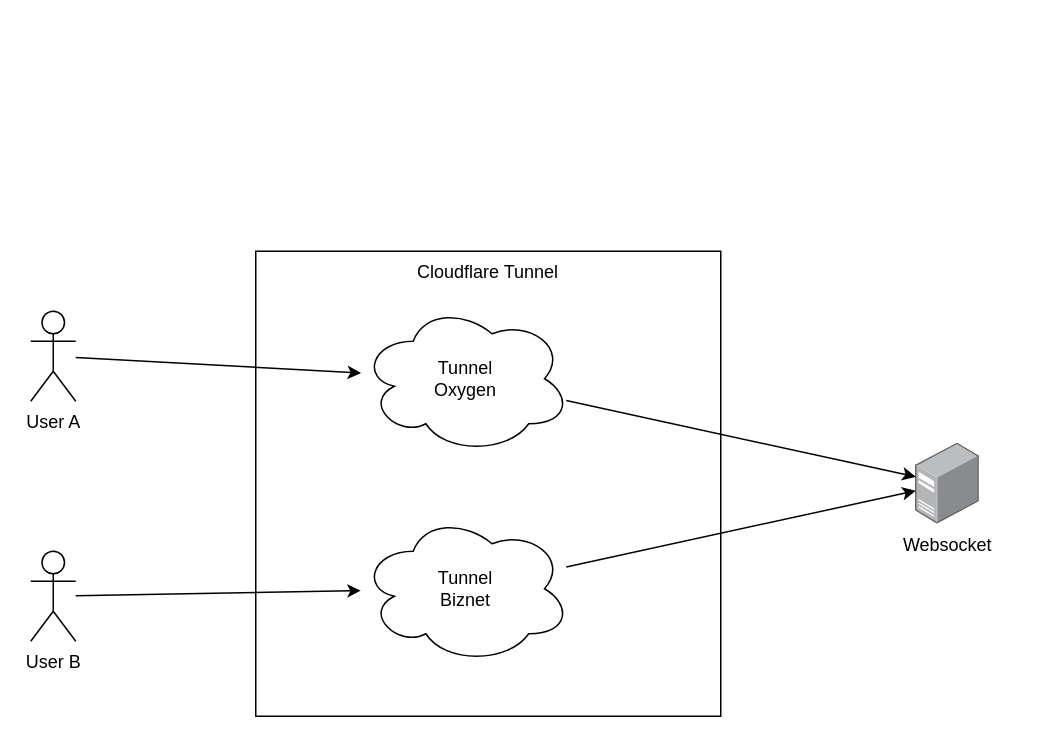
WaxArsatia/Random keeps this draw.io diagram as page "Ingress Traffic" (1 of 2) of drawio/Websocket.drawio. Above is the earlier version. Source tidied: cells renumbered, new cells numbered last; positions are measured from the earlier drawing's top-left corner, leaving out a move shared by most shapes. Both pictures are drawn from the tidied source at 150%, with x=0, y=0 at pixel (30, 250).
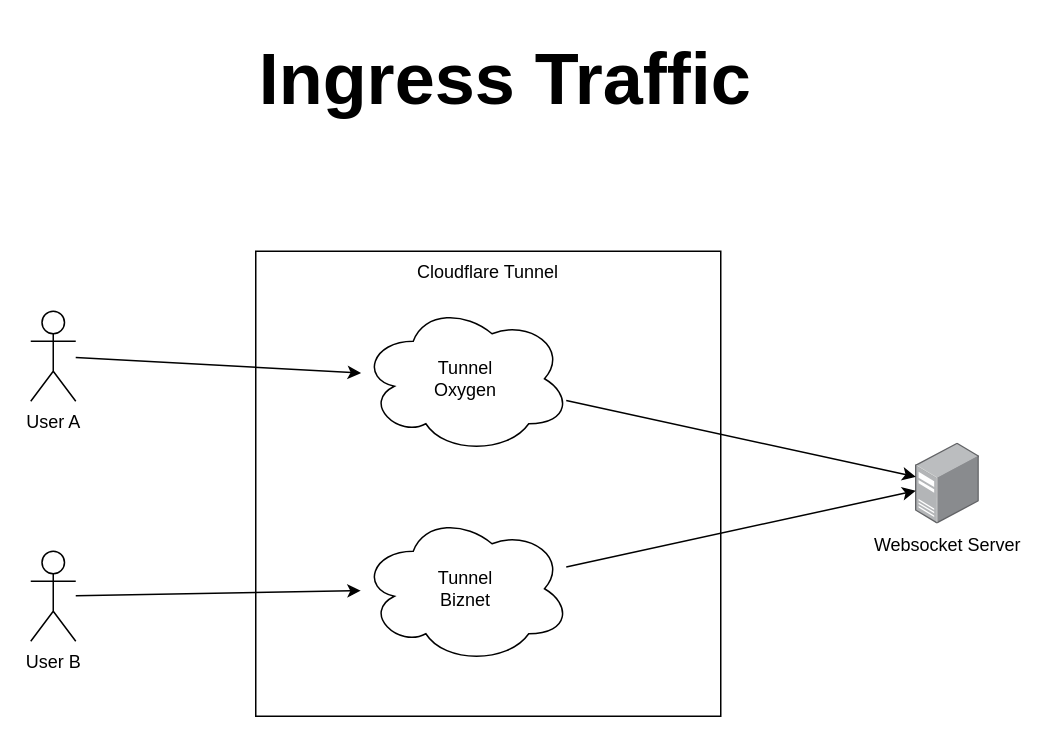
After the change.

Change to the diagram source:
```diff
@@
 <mxGraphModel>
   <root>
     <mxCell id="0" />
     <mxCell id="1" parent="0" />
     <mxCell id="2" value="User A" style="shape=umlActor;verticalLabelPosition=bottom;verticalAlign=top;html=1;outlineConnect=0;" parent="1" vertex="1">
       <mxGeometry y="40" width="30" height="60" as="geometry" />
     </mxCell>
     <mxCell id="3" value="User B" style="shape=umlActor;verticalLabelPosition=bottom;verticalAlign=top;html=1;outlineConnect=0;" parent="1" vertex="1">
       <mxGeometry y="200" width="30" height="60" as="geometry" />
     </mxCell>
-    <mxCell id="4" value="Websocket" style="image;points=[];html=1;align=center;shadow=0;dashed=0;image=img/lib/allied_telesis/computer_and_terminals/Server_Desktop.svg;" parent="1" vertex="1">
+    <mxCell id="4" value="Websocket Server" style="image;points=[];html=1;align=center;shadow=0;dashed=0;image=img/lib/allied_telesis/computer_and_terminals/Server_Desktop.svg;" parent="1" vertex="1">
       <mxGeometry x="590" y="128" width="42.6" height="54" as="geometry" />
     </mxCell>
     <mxCell id="5" style="group;" parent="1" vertex="1">
       <mxGeometry x="150" width="310" height="310" as="geometry" />
     </mxCell>
     <mxCell id="6" value="Cloudflare Tunnel" style="rounded=0;whiteSpace=wrap;html=1;verticalAlign=top;" parent="5" vertex="1">
       <mxGeometry width="310" height="310" as="geometry" />
     </mxCell>
     <mxCell id="7" value="Tunnel&lt;div&gt;Oxygen&lt;/div&gt;" style="ellipse;shape=cloud;whiteSpace=wrap;html=1;" parent="5" vertex="1">
       <mxGeometry x="70" y="35" width="140" height="100" as="geometry" />
     </mxCell>
     <mxCell id="8" value="Tunnel&lt;div&gt;Biznet&lt;/div&gt;" style="ellipse;shape=cloud;whiteSpace=wrap;html=1;" parent="5" vertex="1">
       <mxGeometry x="70" y="175" width="140" height="100" as="geometry" />
     </mxCell>
     <mxCell id="9" style="rounded=0;jettySize=auto;html=1;" parent="1" edge="1" source="2" target="7">
       <mxGeometry relative="1" as="geometry" />
     </mxCell>
     <mxCell id="10" style="rounded=0;jettySize=auto;html=1;" parent="1" edge="1" source="3" target="8">
       <mxGeometry relative="1" as="geometry" />
     </mxCell>
     <mxCell id="11" style="rounded=0;jettySize=auto;html=1;" parent="1" edge="1" source="7" target="4">
       <mxGeometry relative="1" as="geometry" />
     </mxCell>
     <mxCell id="12" style="rounded=0;jettySize=auto;html=1;" parent="1" edge="1" source="8" target="4">
       <mxGeometry relative="1" as="geometry" />
     </mxCell>
+    <mxCell id="13" value="Ingress Traffic" style="text;html=1;align=center;verticalAlign=middle;strokeColor=none;fillColor=none;fontStyle=1;fontSize=48;" parent="1" vertex="1">
+      <mxGeometry x="146" y="-150" width="340" height="70" as="geometry" />
+    </mxCell>
   </root>
 </mxGraphModel>
```
